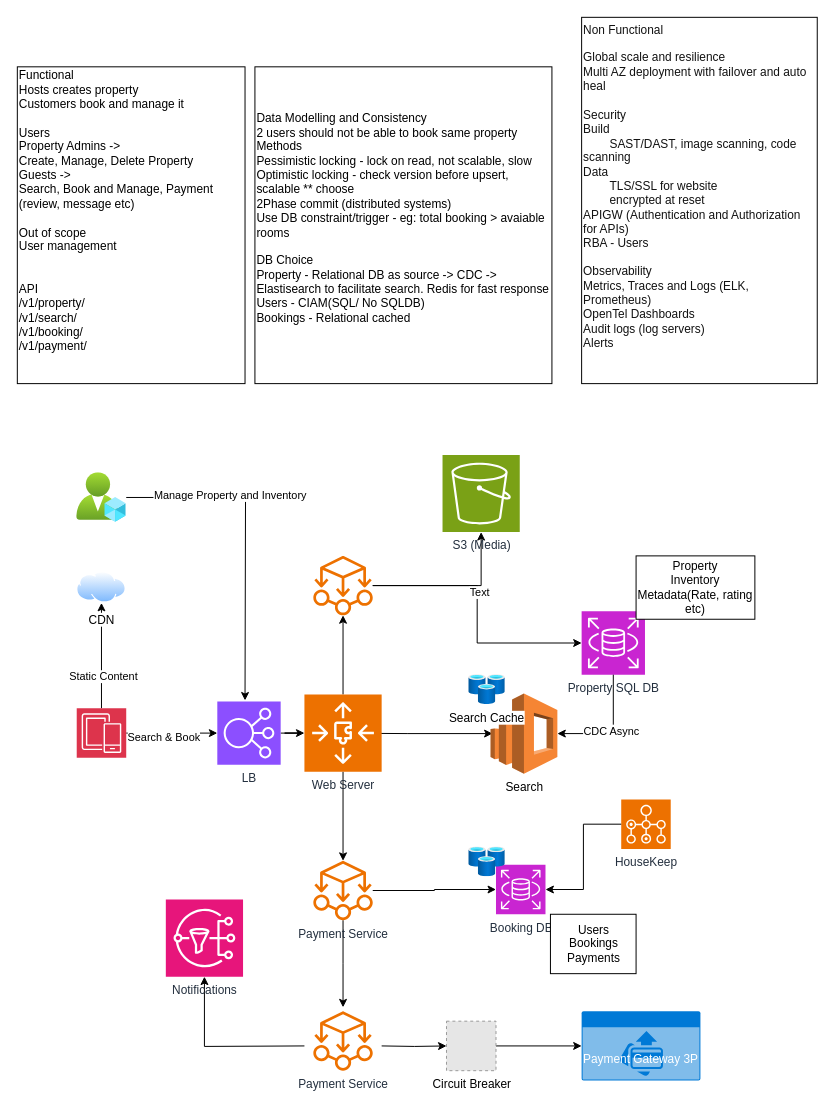
The draw.io diagram sys-design/HotelBooking.drawio in pnargunde/jobhunt-ops, before the edit. Source tidied: cells renumbered, new cells numbered last; positions are measured from the earlier drawing's top-left corner, leaving out a move shared by most shapes. Both pictures are drawn from the tidied source at 99%, with x=0, y=0 at pixel (17, 17). Pictures stored in the file or linked from it are replaced by grey dashed boxes.
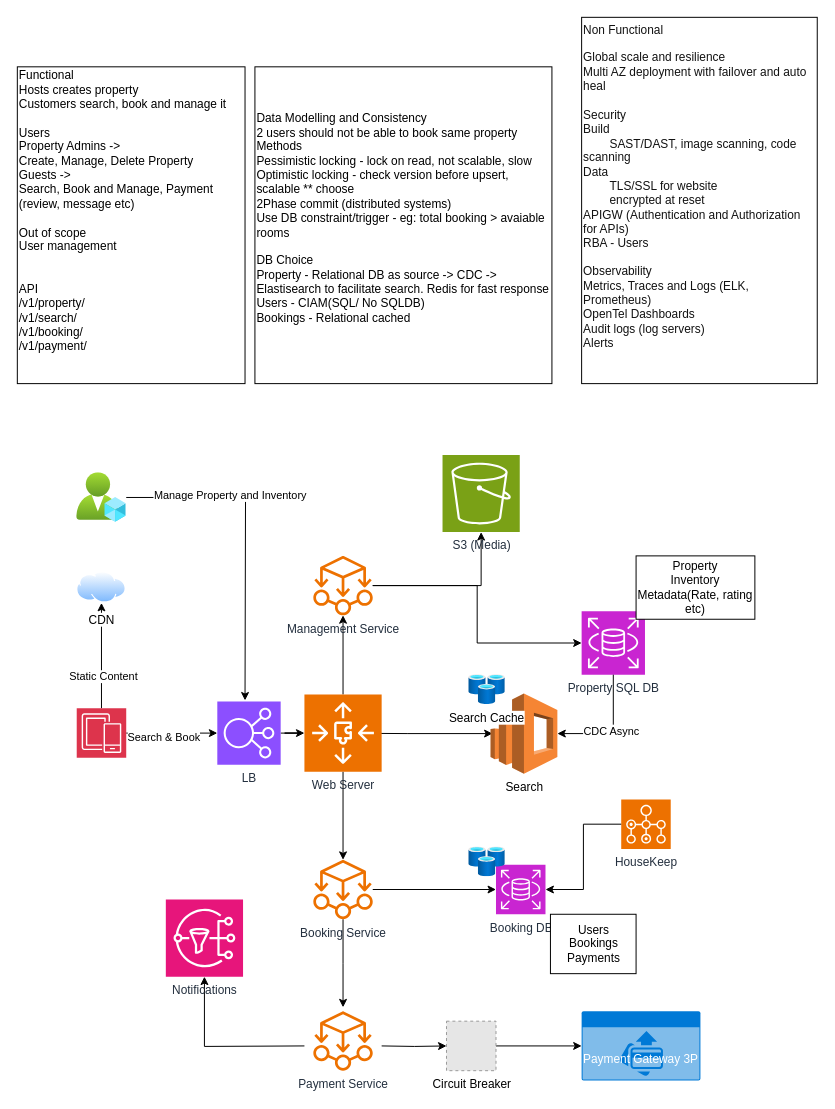
Above is the later version.

Unchanged cells that the change refers to:
```xml
<mxCell id="27" style="edgeStyle=orthogonalEdgeStyle;rounded=0;jettySize=auto;html=1;" parent="1" edge="1" source="36" target="30">
  <mxGeometry relative="1" as="geometry" />
</mxCell>
```

The edit, as a diff of the source:
```diff
@@
-    <mxCell id="28" value="Text" style="edgeLabel;html=1;align=center;verticalAlign=middle;" parent="27" vertex="1">
-      <mxGeometry x="-0.17" y="2" relative="1" as="geometry" />
-    </mxCell>
@@
-    <mxCell id="36" style="sketch=0;outlineConnect=0;fontColor=#232F3E;gradientColor=none;fillColor=#ED7100;strokeColor=none;dashed=0;verticalLabelPosition=bottom;verticalAlign=top;align=center;html=1;fontSize=12;fontStyle=0;shape=mxgraph.aws4.ec2_aws_microservice_extractor_for_net;" parent="1" vertex="1">
+    <mxCell id="36" value="Management Service" style="sketch=0;outlineConnect=0;fontColor=#232F3E;gradientColor=none;fillColor=#ED7100;strokeColor=none;dashed=0;verticalLabelPosition=bottom;verticalAlign=top;align=center;html=1;fontSize=12;fontStyle=0;shape=mxgraph.aws4.ec2_aws_microservice_extractor_for_net;" parent="1" vertex="1">
       <mxGeometry x="299" y="544" width="60" height="60" as="geometry" />
     </mxCell>
@@
-    <mxCell id="38" value="Payment Service" style="sketch=0;outlineConnect=0;fontColor=#232F3E;gradientColor=none;fillColor=#ED7100;strokeColor=none;dashed=0;verticalLabelPosition=bottom;verticalAlign=top;align=center;html=1;fontSize=12;fontStyle=0;shape=mxgraph.aws4.ec2_aws_microservice_extractor_for_net;" parent="1" vertex="1">
-      <mxGeometry x="299" y="852" width="60" height="60" as="geometry" />
+    <mxCell id="38" value="Booking Service" style="sketch=0;outlineConnect=0;fontColor=#232F3E;gradientColor=none;fillColor=#ED7100;strokeColor=none;dashed=0;verticalLabelPosition=bottom;verticalAlign=top;align=center;html=1;fontSize=12;fontStyle=0;shape=mxgraph.aws4.ec2_aws_microservice_extractor_for_net;" parent="1" vertex="1">
+      <mxGeometry x="299" y="851" width="60" height="60" as="geometry" />
     </mxCell>
-    <mxCell id="39" value="&lt;div&gt;Functional&amp;nbsp;&lt;br&gt;Hosts creates property&lt;br&gt;Customers book and manage it&lt;br&gt;&lt;br&gt;&lt;/div&gt;Users&lt;br&gt;Property Admins -&amp;gt; &lt;br&gt;Create, Manage, Delete Property&lt;br&gt;Guests -&amp;gt; &lt;br&gt;Search, Book and Manage, Payment (review, message etc)&lt;br&gt;&lt;br&gt;Out of scope&lt;br&gt;User management&lt;br&gt;&lt;br&gt;&lt;br&gt;API&amp;nbsp;&lt;div&gt;/v1/property/&lt;br&gt;/v1/search/&lt;br&gt;/v1/booking/&lt;br&gt;/v1/payment/&lt;br&gt;&lt;br&gt;&lt;br&gt;&lt;/div&gt;" style="rounded=0;whiteSpace=wrap;html=1;align=left;" parent="1" vertex="1">
+    <mxCell id="39" value="&lt;div&gt;Functional&amp;nbsp;&lt;br&gt;Hosts creates property&lt;br&gt;Customers search, book and manage it&lt;br&gt;&lt;br&gt;&lt;/div&gt;Users&lt;br&gt;Property Admins -&amp;gt; &lt;br&gt;Create, Manage, Delete Property&lt;br&gt;Guests -&amp;gt; &lt;br&gt;Search, Book and Manage, Payment (review, message etc)&lt;br&gt;&lt;br&gt;Out of scope&lt;br&gt;User management&lt;br&gt;&lt;br&gt;&lt;br&gt;API&amp;nbsp;&lt;div&gt;/v1/property/&lt;br&gt;/v1/search/&lt;br&gt;/v1/booking/&lt;br&gt;/v1/payment/&lt;br&gt;&lt;br&gt;&lt;br&gt;&lt;/div&gt;" style="rounded=0;whiteSpace=wrap;html=1;align=left;" parent="1" vertex="1">
       <mxGeometry y="50" width="230" height="320" as="geometry" />
     </mxCell>
```
